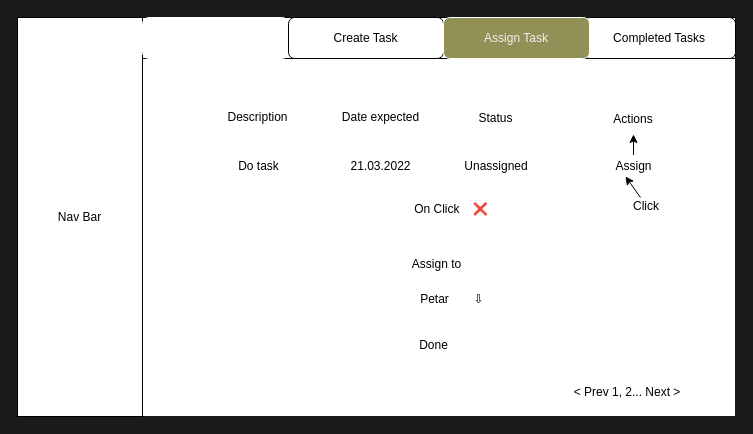
Earlier version of the draw.io diagram page "Assign Task" (7 of 10) of app.drawio (StoilTomanov/task-manager). Source tidied: cells renumbered, new cells numbered last; positions are measured from the earlier drawing's top-left corner, leaving out a move shared by most shapes. Both pictures are drawn from the tidied source at 100%, with x=0, y=0 at pixel (17, 17).
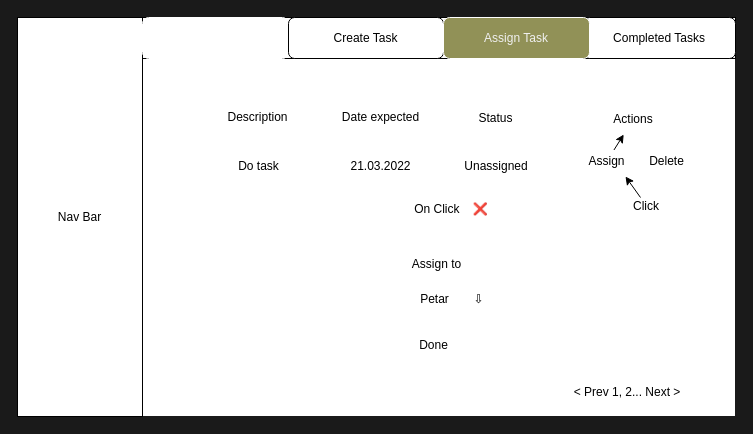
Above is the later version.

The edit, as a diff of the source:
```diff
@@
     <mxCell id="14" value="Assign" style="rounded=1;whiteSpace=wrap;html=1;strokeColor=#FFFFFF;fillColor=none;" parent="1" vertex="1">
-      <mxGeometry x="583.5" y="138" width="65" height="21" as="geometry" />
+      <mxGeometry x="564" y="133" width="51" height="21" as="geometry" />
     </mxCell>
@@
+    <mxCell id="28" value="Delete" style="rounded=1;whiteSpace=wrap;html=1;strokeColor=#FFFFFF;fillColor=none;" parent="1" vertex="1">
+      <mxGeometry x="626" y="133" width="47" height="21" as="geometry" />
+    </mxCell>
```
